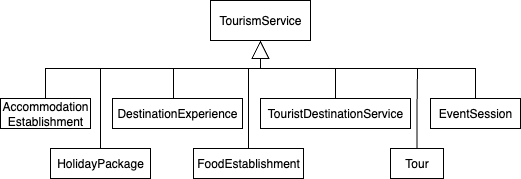
The draw.io diagram segittur/images/fig4-TourismService.png in ocorcho/tests-widoco, before a commit. Source tidied: cells renumbered, new cells last; positions are measured from the earlier drawing's top-left corner, leaving out a move shared by most shapes. The source it was exported from:
```xml
<mxGraphModel>
  <root>
    <mxCell id="0" />
    <mxCell id="1" parent="0" />
    <mxCell id="2" value="TourismService" style="rounded=0;whiteSpace=wrap;html=1;snapToPoint=1;points=[[0.1,0],[0.2,0],[0.3,0],[0.4,0],[0.5,0],[0.6,0],[0.7,0],[0.8,0],[0.9,0],[0,0.1],[0,0.3],[0,0.5],[0,0.7],[0,0.9],[0.1,1],[0.2,1],[0.3,1],[0.4,1],[0.5,1],[0.6,1],[0.7,1],[0.8,1],[0.9,1],[1,0.1],[1,0.3],[1,0.5],[1,0.7],[1,0.9]];" parent="1" vertex="1">
      <mxGeometry x="210" width="100" height="40" as="geometry" />
    </mxCell>
    <mxCell id="3" style="edgeStyle=orthogonalEdgeStyle;rounded=0;jettySize=auto;html=1;exitX=0.5;exitY=0;exitDx=0;exitDy=0;endArrow=none;endFill=0;" parent="1" edge="1" source="4">
      <mxGeometry relative="1" as="geometry">
        <mxPoint x="100" y="68" as="targetPoint" />
      </mxGeometry>
    </mxCell>
    <mxCell id="4" value="HolidayPackage" style="rounded=0;whiteSpace=wrap;html=1;snapToPoint=1;points=[[0.1,0],[0.2,0],[0.3,0],[0.4,0],[0.5,0],[0.6,0],[0.7,0],[0.8,0],[0.9,0],[0,0.1],[0,0.3],[0,0.5],[0,0.7],[0,0.9],[0.1,1],[0.2,1],[0.3,1],[0.4,1],[0.5,1],[0.6,1],[0.7,1],[0.8,1],[0.9,1],[1,0.1],[1,0.3],[1,0.5],[1,0.7],[1,0.9]];align=center;" parent="1" vertex="1">
      <mxGeometry x="50" y="148" width="100" height="30" as="geometry" />
    </mxCell>
    <mxCell id="5" value="TouristDestinationService" style="rounded=0;whiteSpace=wrap;html=1;snapToPoint=1;points=[[0.1,0],[0.2,0],[0.3,0],[0.4,0],[0.5,0],[0.6,0],[0.7,0],[0.8,0],[0.9,0],[0,0.1],[0,0.3],[0,0.5],[0,0.7],[0,0.9],[0.1,1],[0.2,1],[0.3,1],[0.4,1],[0.5,1],[0.6,1],[0.7,1],[0.8,1],[0.9,1],[1,0.1],[1,0.3],[1,0.5],[1,0.7],[1,0.9]];align=center;" parent="1" vertex="1">
      <mxGeometry x="260" y="98" width="150" height="30" as="geometry" />
    </mxCell>
    <mxCell id="6" value="Tour" style="rounded=0;whiteSpace=wrap;html=1;snapToPoint=1;points=[[0.1,0],[0.2,0],[0.3,0],[0.4,0],[0.5,0],[0.6,0],[0.7,0],[0.8,0],[0.9,0],[0,0.1],[0,0.3],[0,0.5],[0,0.7],[0,0.9],[0.1,1],[0.2,1],[0.3,1],[0.4,1],[0.5,1],[0.6,1],[0.7,1],[0.8,1],[0.9,1],[1,0.1],[1,0.3],[1,0.5],[1,0.7],[1,0.9]];align=center;" parent="1" vertex="1">
      <mxGeometry x="390" y="148" width="53" height="30" as="geometry" />
    </mxCell>
    <mxCell id="7" value="FoodEstablishment" style="rounded=0;whiteSpace=wrap;html=1;snapToPoint=1;points=[[0.1,0],[0.2,0],[0.3,0],[0.4,0],[0.5,0],[0.6,0],[0.7,0],[0.8,0],[0.9,0],[0,0.1],[0,0.3],[0,0.5],[0,0.7],[0,0.9],[0.1,1],[0.2,1],[0.3,1],[0.4,1],[0.5,1],[0.6,1],[0.7,1],[0.8,1],[0.9,1],[1,0.1],[1,0.3],[1,0.5],[1,0.7],[1,0.9]];align=center;" parent="1" vertex="1">
      <mxGeometry x="193" y="148" width="110" height="30" as="geometry" />
    </mxCell>
    <mxCell id="8" value="Accommodation&lt;br&gt;Establishment" style="rounded=0;whiteSpace=wrap;html=1;snapToPoint=1;points=[[0.1,0],[0.2,0],[0.3,0],[0.4,0],[0.5,0],[0.6,0],[0.7,0],[0.8,0],[0.9,0],[0,0.1],[0,0.3],[0,0.5],[0,0.7],[0,0.9],[0.1,1],[0.2,1],[0.3,1],[0.4,1],[0.5,1],[0.6,1],[0.7,1],[0.8,1],[0.9,1],[1,0.1],[1,0.3],[1,0.5],[1,0.7],[1,0.9]];align=center;" parent="1" vertex="1">
      <mxGeometry y="98" width="90" height="30" as="geometry" />
    </mxCell>
    <mxCell id="9" value="DestinationExperience" style="rounded=0;whiteSpace=wrap;html=1;snapToPoint=1;points=[[0.1,0],[0.2,0],[0.3,0],[0.4,0],[0.5,0],[0.6,0],[0.7,0],[0.8,0],[0.9,0],[0,0.1],[0,0.3],[0,0.5],[0,0.7],[0,0.9],[0.1,1],[0.2,1],[0.3,1],[0.4,1],[0.5,1],[0.6,1],[0.7,1],[0.8,1],[0.9,1],[1,0.1],[1,0.3],[1,0.5],[1,0.7],[1,0.9]];align=center;" parent="1" vertex="1">
      <mxGeometry x="112" y="98" width="130" height="30" as="geometry" />
    </mxCell>
    <mxCell id="10" style="endArrow=block;endSize=16;endFill=0;html=1;rounded=0;entryX=0.5;entryY=1;entryDx=0;entryDy=0;" parent="1" edge="1" target="2">
      <mxGeometry relative="1" as="geometry">
        <mxPoint x="260" y="68" as="sourcePoint" />
      </mxGeometry>
    </mxCell>
    <mxCell id="11" style="endArrow=none;html=1;rounded=0;exitX=0.5;exitY=0;exitDx=0;exitDy=0;entryX=0.5;entryY=0;entryDx=0;entryDy=0;" parent="1" edge="1" source="8" target="12">
      <mxGeometry relative="1" as="geometry">
        <Array as="points">
          <mxPoint x="45" y="68" />
          <mxPoint x="475" y="68" />
        </Array>
      </mxGeometry>
    </mxCell>
    <mxCell id="12" value="EventSession" style="rounded=0;whiteSpace=wrap;html=1;snapToPoint=1;points=[[0.1,0],[0.2,0],[0.3,0],[0.4,0],[0.5,0],[0.6,0],[0.7,0],[0.8,0],[0.9,0],[0,0.1],[0,0.3],[0,0.5],[0,0.7],[0,0.9],[0.1,1],[0.2,1],[0.3,1],[0.4,1],[0.5,1],[0.6,1],[0.7,1],[0.8,1],[0.9,1],[1,0.1],[1,0.3],[1,0.5],[1,0.7],[1,0.9]];align=center;" parent="1" vertex="1">
      <mxGeometry x="430" y="98" width="90" height="30" as="geometry" />
    </mxCell>
    <mxCell id="13" style="edgeStyle=orthogonalEdgeStyle;rounded=0;jettySize=auto;html=1;exitX=0.5;exitY=0;exitDx=0;exitDy=0;endArrow=none;endFill=0;" parent="1" edge="1" source="7">
      <mxGeometry relative="1" as="geometry">
        <mxPoint x="248" y="68" as="targetPoint" />
      </mxGeometry>
    </mxCell>
    <mxCell id="14" style="edgeStyle=orthogonalEdgeStyle;rounded=0;jettySize=auto;html=1;exitX=0.5;exitY=0;exitDx=0;exitDy=0;endArrow=none;endFill=0;" parent="1" edge="1" source="6">
      <mxGeometry relative="1" as="geometry">
        <mxPoint x="417" y="68" as="targetPoint" />
        <Array as="points">
          <mxPoint x="417" y="109" />
          <mxPoint x="417" y="109" />
        </Array>
      </mxGeometry>
    </mxCell>
    <mxCell id="15" style="edgeStyle=orthogonalEdgeStyle;rounded=0;jettySize=auto;html=1;exitX=0.5;exitY=0;exitDx=0;exitDy=0;endArrow=none;endFill=0;" parent="1" edge="1" source="5">
      <mxGeometry relative="1" as="geometry">
        <mxPoint x="330" y="68" as="targetPoint" />
        <Array as="points">
          <mxPoint x="335" y="68" />
        </Array>
      </mxGeometry>
    </mxCell>
    <mxCell id="16" style="endArrow=none;html=1;rounded=0;exitX=0.5;exitY=0;exitDx=0;exitDy=0;" parent="1" edge="1">
      <mxGeometry relative="1" as="geometry">
        <mxPoint x="173" y="98" as="sourcePoint" />
        <mxPoint x="173" y="68" as="targetPoint" />
      </mxGeometry>
    </mxCell>
  </root>
</mxGraphModel>
```
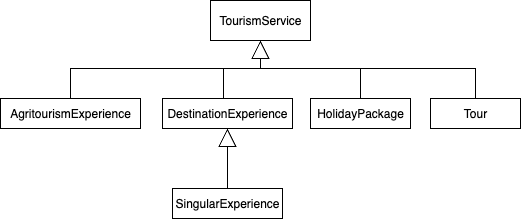
The same diagram one commit later.

Diff of the diagram source:
```diff
@@ -5,28 +5,17 @@
     <mxCell id="2" value="TourismService" style="rounded=0;whiteSpace=wrap;html=1;snapToPoint=1;points=[[0.1,0],[0.2,0],[0.3,0],[0.4,0],[0.5,0],[0.6,0],[0.7,0],[0.8,0],[0.9,0],[0,0.1],[0,0.3],[0,0.5],[0,0.7],[0,0.9],[0.1,1],[0.2,1],[0.3,1],[0.4,1],[0.5,1],[0.6,1],[0.7,1],[0.8,1],[0.9,1],[1,0.1],[1,0.3],[1,0.5],[1,0.7],[1,0.9]];" parent="1" vertex="1">
       <mxGeometry x="210" width="100" height="40" as="geometry" />
     </mxCell>
-    <mxCell id="3" style="edgeStyle=orthogonalEdgeStyle;rounded=0;jettySize=auto;html=1;exitX=0.5;exitY=0;exitDx=0;exitDy=0;endArrow=none;endFill=0;" parent="1" edge="1" source="4">
-      <mxGeometry relative="1" as="geometry">
-        <mxPoint x="100" y="68" as="targetPoint" />
-      </mxGeometry>
-    </mxCell>
     <mxCell id="4" value="HolidayPackage" style="rounded=0;whiteSpace=wrap;html=1;snapToPoint=1;points=[[0.1,0],[0.2,0],[0.3,0],[0.4,0],[0.5,0],[0.6,0],[0.7,0],[0.8,0],[0.9,0],[0,0.1],[0,0.3],[0,0.5],[0,0.7],[0,0.9],[0.1,1],[0.2,1],[0.3,1],[0.4,1],[0.5,1],[0.6,1],[0.7,1],[0.8,1],[0.9,1],[1,0.1],[1,0.3],[1,0.5],[1,0.7],[1,0.9]];align=center;" parent="1" vertex="1">
-      <mxGeometry x="50" y="148" width="100" height="30" as="geometry" />
+      <mxGeometry x="310" y="98" width="100" height="30" as="geometry" />
     </mxCell>
-    <mxCell id="5" value="TouristDestinationService" style="rounded=0;whiteSpace=wrap;html=1;snapToPoint=1;points=[[0.1,0],[0.2,0],[0.3,0],[0.4,0],[0.5,0],[0.6,0],[0.7,0],[0.8,0],[0.9,0],[0,0.1],[0,0.3],[0,0.5],[0,0.7],[0,0.9],[0.1,1],[0.2,1],[0.3,1],[0.4,1],[0.5,1],[0.6,1],[0.7,1],[0.8,1],[0.9,1],[1,0.1],[1,0.3],[1,0.5],[1,0.7],[1,0.9]];align=center;" parent="1" vertex="1">
-      <mxGeometry x="260" y="98" width="150" height="30" as="geometry" />
-    </mxCell>
-    <mxCell id="6" value="Tour" style="rounded=0;whiteSpace=wrap;html=1;snapToPoint=1;points=[[0.1,0],[0.2,0],[0.3,0],[0.4,0],[0.5,0],[0.6,0],[0.7,0],[0.8,0],[0.9,0],[0,0.1],[0,0.3],[0,0.5],[0,0.7],[0,0.9],[0.1,1],[0.2,1],[0.3,1],[0.4,1],[0.5,1],[0.6,1],[0.7,1],[0.8,1],[0.9,1],[1,0.1],[1,0.3],[1,0.5],[1,0.7],[1,0.9]];align=center;" parent="1" vertex="1">
-      <mxGeometry x="390" y="148" width="53" height="30" as="geometry" />
-    </mxCell>
-    <mxCell id="7" value="FoodEstablishment" style="rounded=0;whiteSpace=wrap;html=1;snapToPoint=1;points=[[0.1,0],[0.2,0],[0.3,0],[0.4,0],[0.5,0],[0.6,0],[0.7,0],[0.8,0],[0.9,0],[0,0.1],[0,0.3],[0,0.5],[0,0.7],[0,0.9],[0.1,1],[0.2,1],[0.3,1],[0.4,1],[0.5,1],[0.6,1],[0.7,1],[0.8,1],[0.9,1],[1,0.1],[1,0.3],[1,0.5],[1,0.7],[1,0.9]];align=center;" parent="1" vertex="1">
-      <mxGeometry x="193" y="148" width="110" height="30" as="geometry" />
+    <mxCell id="7" value="SingularExperience" style="rounded=0;whiteSpace=wrap;html=1;snapToPoint=1;points=[[0.1,0],[0.2,0],[0.3,0],[0.4,0],[0.5,0],[0.6,0],[0.7,0],[0.8,0],[0.9,0],[0,0.1],[0,0.3],[0,0.5],[0,0.7],[0,0.9],[0.1,1],[0.2,1],[0.3,1],[0.4,1],[0.5,1],[0.6,1],[0.7,1],[0.8,1],[0.9,1],[1,0.1],[1,0.3],[1,0.5],[1,0.7],[1,0.9]];align=center;" parent="1" vertex="1">
+      <mxGeometry x="172" y="188" width="110" height="30" as="geometry" />
     </mxCell>
-    <mxCell id="8" value="Accommodation&lt;br&gt;Establishment" style="rounded=0;whiteSpace=wrap;html=1;snapToPoint=1;points=[[0.1,0],[0.2,0],[0.3,0],[0.4,0],[0.5,0],[0.6,0],[0.7,0],[0.8,0],[0.9,0],[0,0.1],[0,0.3],[0,0.5],[0,0.7],[0,0.9],[0.1,1],[0.2,1],[0.3,1],[0.4,1],[0.5,1],[0.6,1],[0.7,1],[0.8,1],[0.9,1],[1,0.1],[1,0.3],[1,0.5],[1,0.7],[1,0.9]];align=center;" parent="1" vertex="1">
-      <mxGeometry y="98" width="90" height="30" as="geometry" />
+    <mxCell id="8" value="AgritourismExperience" style="rounded=0;whiteSpace=wrap;html=1;snapToPoint=1;points=[[0.1,0],[0.2,0],[0.3,0],[0.4,0],[0.5,0],[0.6,0],[0.7,0],[0.8,0],[0.9,0],[0,0.1],[0,0.3],[0,0.5],[0,0.7],[0,0.9],[0.1,1],[0.2,1],[0.3,1],[0.4,1],[0.5,1],[0.6,1],[0.7,1],[0.8,1],[0.9,1],[1,0.1],[1,0.3],[1,0.5],[1,0.7],[1,0.9]];align=center;" parent="1" vertex="1">
+      <mxGeometry y="98" width="140" height="30" as="geometry" />
     </mxCell>
     <mxCell id="9" value="DestinationExperience" style="rounded=0;whiteSpace=wrap;html=1;snapToPoint=1;points=[[0.1,0],[0.2,0],[0.3,0],[0.4,0],[0.5,0],[0.6,0],[0.7,0],[0.8,0],[0.9,0],[0,0.1],[0,0.3],[0,0.5],[0,0.7],[0,0.9],[0.1,1],[0.2,1],[0.3,1],[0.4,1],[0.5,1],[0.6,1],[0.7,1],[0.8,1],[0.9,1],[1,0.1],[1,0.3],[1,0.5],[1,0.7],[1,0.9]];align=center;" parent="1" vertex="1">
-      <mxGeometry x="112" y="98" width="130" height="30" as="geometry" />
+      <mxGeometry x="162" y="98" width="130" height="30" as="geometry" />
     </mxCell>
     <mxCell id="10" style="endArrow=block;endSize=16;endFill=0;html=1;rounded=0;entryX=0.5;entryY=1;entryDx=0;entryDy=0;" parent="1" edge="1" target="2">
       <mxGeometry relative="1" as="geometry">
@@ -36,41 +25,27 @@
     <mxCell id="11" style="endArrow=none;html=1;rounded=0;exitX=0.5;exitY=0;exitDx=0;exitDy=0;entryX=0.5;entryY=0;entryDx=0;entryDy=0;" parent="1" edge="1" source="8" target="12">
       <mxGeometry relative="1" as="geometry">
         <Array as="points">
-          <mxPoint x="45" y="68" />
+          <mxPoint x="70" y="68" />
           <mxPoint x="475" y="68" />
         </Array>
       </mxGeometry>
     </mxCell>
-    <mxCell id="12" value="EventSession" style="rounded=0;whiteSpace=wrap;html=1;snapToPoint=1;points=[[0.1,0],[0.2,0],[0.3,0],[0.4,0],[0.5,0],[0.6,0],[0.7,0],[0.8,0],[0.9,0],[0,0.1],[0,0.3],[0,0.5],[0,0.7],[0,0.9],[0.1,1],[0.2,1],[0.3,1],[0.4,1],[0.5,1],[0.6,1],[0.7,1],[0.8,1],[0.9,1],[1,0.1],[1,0.3],[1,0.5],[1,0.7],[1,0.9]];align=center;" parent="1" vertex="1">
+    <mxCell id="12" value="Tour" style="rounded=0;whiteSpace=wrap;html=1;snapToPoint=1;points=[[0.1,0],[0.2,0],[0.3,0],[0.4,0],[0.5,0],[0.6,0],[0.7,0],[0.8,0],[0.9,0],[0,0.1],[0,0.3],[0,0.5],[0,0.7],[0,0.9],[0.1,1],[0.2,1],[0.3,1],[0.4,1],[0.5,1],[0.6,1],[0.7,1],[0.8,1],[0.9,1],[1,0.1],[1,0.3],[1,0.5],[1,0.7],[1,0.9]];align=center;" parent="1" vertex="1">
       <mxGeometry x="430" y="98" width="90" height="30" as="geometry" />
     </mxCell>
-    <mxCell id="13" style="edgeStyle=orthogonalEdgeStyle;rounded=0;jettySize=auto;html=1;exitX=0.5;exitY=0;exitDx=0;exitDy=0;endArrow=none;endFill=0;" parent="1" edge="1" source="7">
-      <mxGeometry relative="1" as="geometry">
-        <mxPoint x="248" y="68" as="targetPoint" />
-      </mxGeometry>
-    </mxCell>
-    <mxCell id="14" style="edgeStyle=orthogonalEdgeStyle;rounded=0;jettySize=auto;html=1;exitX=0.5;exitY=0;exitDx=0;exitDy=0;endArrow=none;endFill=0;" parent="1" edge="1" source="6">
-      <mxGeometry relative="1" as="geometry">
-        <mxPoint x="417" y="68" as="targetPoint" />
-        <Array as="points">
-          <mxPoint x="417" y="109" />
-          <mxPoint x="417" y="109" />
-        </Array>
-      </mxGeometry>
-    </mxCell>
-    <mxCell id="15" style="edgeStyle=orthogonalEdgeStyle;rounded=0;jettySize=auto;html=1;exitX=0.5;exitY=0;exitDx=0;exitDy=0;endArrow=none;endFill=0;" parent="1" edge="1" source="5">
-      <mxGeometry relative="1" as="geometry">
-        <mxPoint x="330" y="68" as="targetPoint" />
-        <Array as="points">
-          <mxPoint x="335" y="68" />
-        </Array>
-      </mxGeometry>
-    </mxCell>
     <mxCell id="16" style="endArrow=none;html=1;rounded=0;exitX=0.5;exitY=0;exitDx=0;exitDy=0;" parent="1" edge="1">
       <mxGeometry relative="1" as="geometry">
-        <mxPoint x="173" y="98" as="sourcePoint" />
-        <mxPoint x="173" y="68" as="targetPoint" />
+        <mxPoint x="223" y="98" as="sourcePoint" />
+        <mxPoint x="223" y="68" as="targetPoint" />
       </mxGeometry>
     </mxCell>
+    <mxCell id="17" style="endArrow=block;endSize=16;endFill=0;html=1;rounded=0;entryX=0.5;entryY=1;entryDx=0;entryDy=0;exitX=0.5;exitY=0;exitDx=0;exitDy=0;" parent="1" edge="1" source="7" target="9">
+      <mxGeometry relative="1" as="geometry" />
+    </mxCell>
+    <mxCell id="18" style="endArrow=none;html=1;rounded=0;exitX=0.5;exitY=0;exitDx=0;exitDy=0;" parent="1" edge="1" source="4">
+      <mxGeometry relative="1" as="geometry">
+        <mxPoint x="360" y="68" as="targetPoint" />
+      </mxGeometry>
+    </mxCell>
   </root>
 </mxGraphModel>
```
